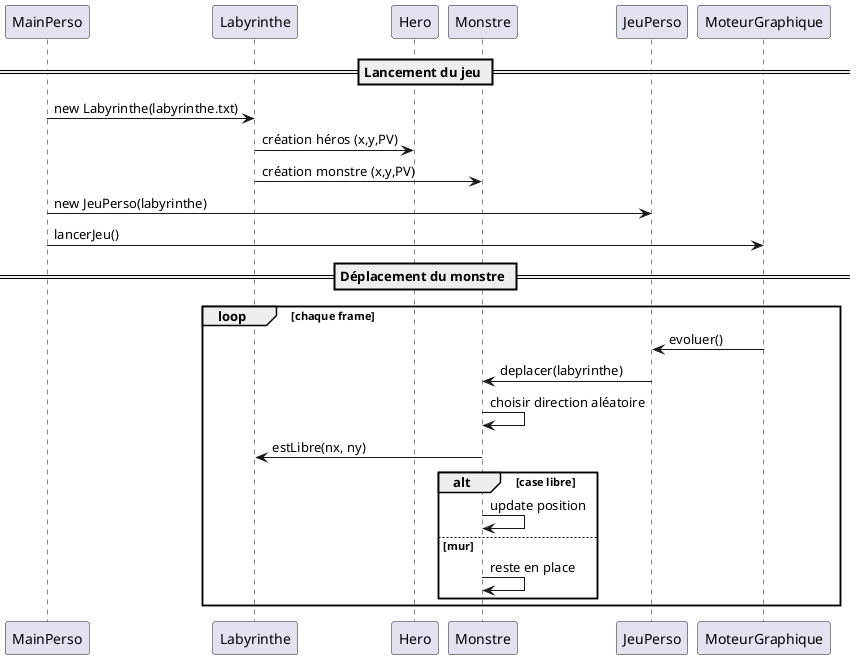
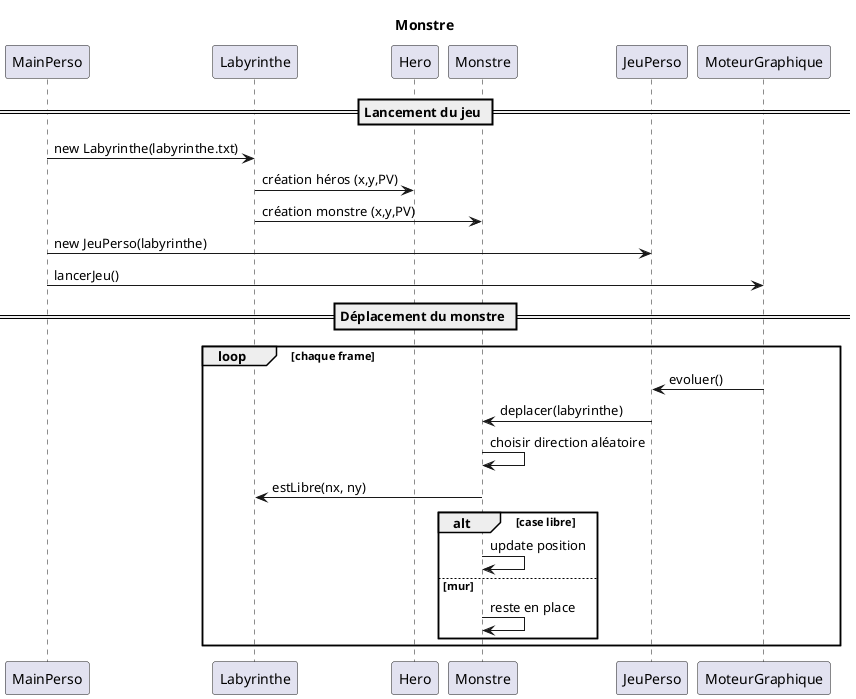
@startuml


- 
+ title Monstre
participant MainPerso
participant Labyrinthe
participant Hero
participant Monstre
participant JeuPerso
participant MoteurGraphique

== Lancement du jeu ==



MainPerso -> Labyrinthe : new Labyrinthe(labyrinthe.txt)

Labyrinthe -> Hero : création héros (x,y,PV)
Labyrinthe -> Monstre : création monstre (x,y,PV)

MainPerso -> JeuPerso : new JeuPerso(labyrinthe)
MainPerso -> MoteurGraphique : lancerJeu()



== Déplacement du monstre ==

loop chaque frame

    MoteurGraphique -> JeuPerso : evoluer()

    JeuPerso -> Monstre : deplacer(labyrinthe)

    Monstre -> Monstre : choisir direction aléatoire

    Monstre -> Labyrinthe : estLibre(nx, ny)

    alt case libre
        Monstre -> Monstre : update position
    else mur
        Monstre -> Monstre : reste en place
    end

end

@enduml